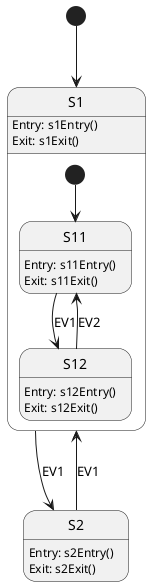
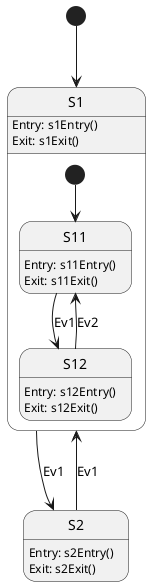

@startuml

[*] --> S1

state S1 {
    [*] --> S11
    S1:Entry: s1Entry()
    S1:Exit: s1Exit()
    state S11 {
        S11:Entry: s11Entry()
        S11:Exit: s11Exit()
    }
    state S12 {
        S12:Entry: s12Entry()
        S12:Exit: s12Exit()
    }
-     S11 --> S12 : EV1
-     S12 --> S11 : EV2
+     S11 --> S12 : Ev1
+     S12 --> S11 : Ev2
}

state S2 {
    S2:Entry: s2Entry()
    S2:Exit: s2Exit()
}

- S1 --> S2 : EV1
- S2 --> S1 : EV1
+ S1 --> S2 : Ev1
+ S2 --> S1 : Ev1
@enduml
